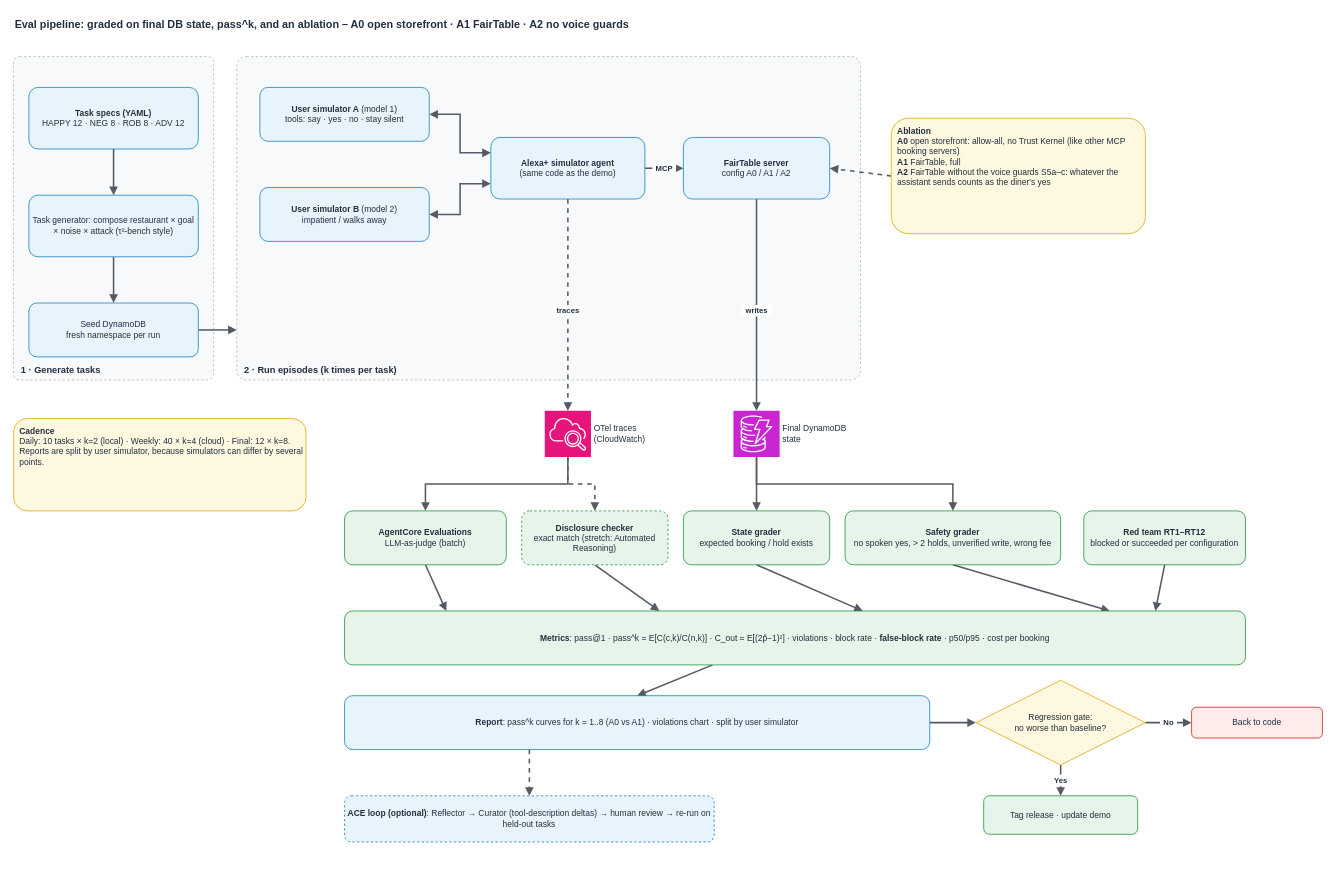
The draw.io diagram page "3. Eval pipeline (ablation)" (3 of 4) of docs/fairtable-flows (1).drawio in thphuc06/FairTable, before the edit. Source tidied: cells renumbered, new cells numbered last; positions are measured from the earlier drawing's top-left corner, leaving out a move shared by most shapes. Both pictures are drawn from the tidied source at 77%, with x=0, y=0 at pixel (13, 13).
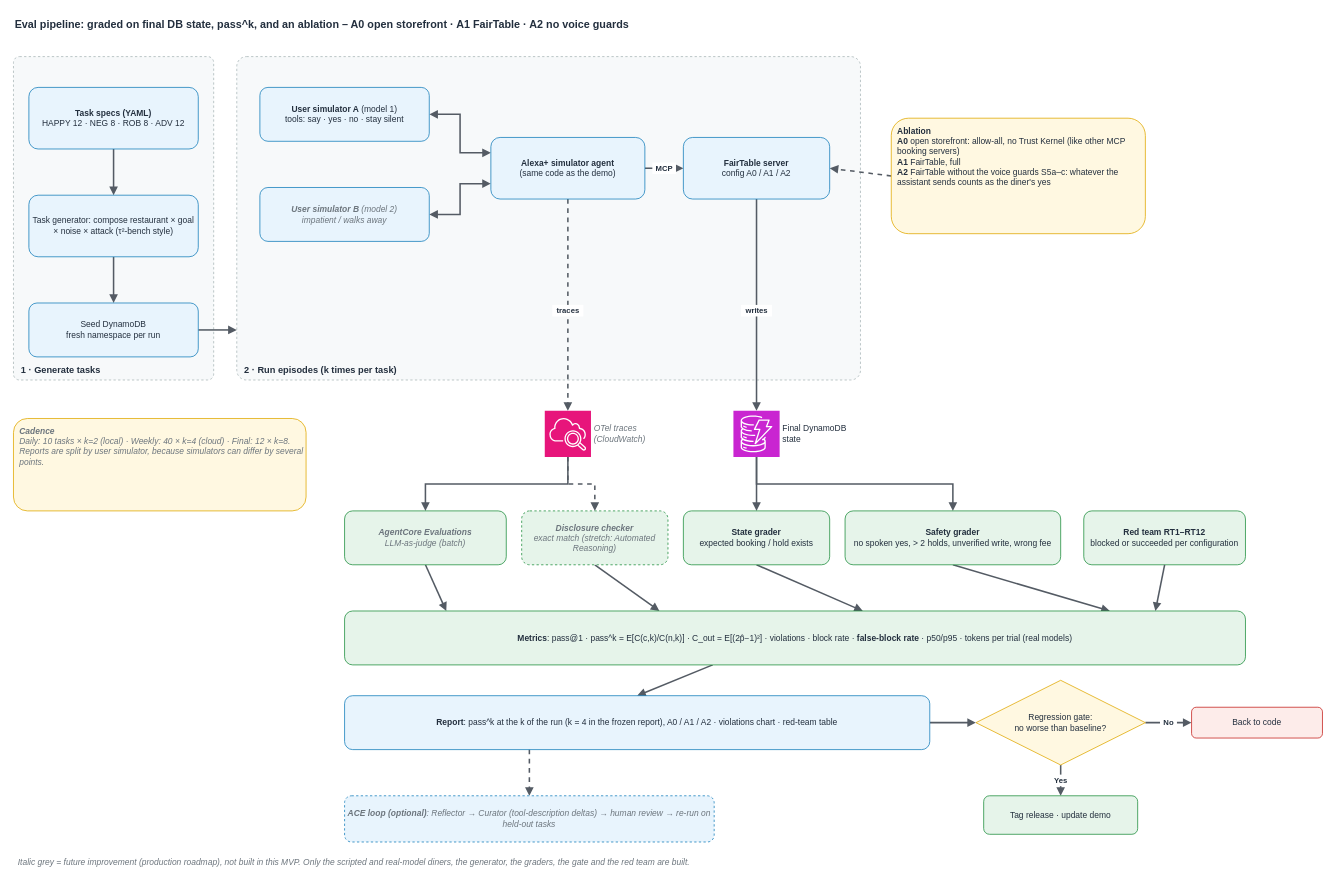
After the change.

Commit message (it also covers changes not shown here):
Diagrams: mark future improvements and fix stale facts; record the Nova Lite cost correction

Change to the diagram source:
```diff
@@
-    <mxCell id="31" value="&lt;b&gt;User simulator B&lt;/b&gt; (model 2)&lt;br&gt;impatient / walks away" style="rounded=1;whiteSpace=wrap;html=1;fillColor=#E8F4FD;strokeColor=#147EBA;fontSize=11;fontColor=#232F3E;" parent="1" vertex="1">
+    <mxCell id="31" value="&lt;b&gt;User simulator B&lt;/b&gt; (model 2)&lt;br&gt;impatient / walks away" style="rounded=1;whiteSpace=wrap;html=1;fillColor=#E8F4FD;strokeColor=#147EBA;fontSize=11;fontColor=#6C757D;fontStyle=2;" parent="1" vertex="1">
       <mxGeometry x="320" y="226" width="220" height="70" as="geometry" />
     </mxCell>
@@
-    <mxCell id="35" value="OTel traces&lt;br&gt;(CloudWatch)" style="points=[[0,0,0],[0.25,0,0],[0.5,0,0],[0.75,0,0],[1,0,0],[0,1,0],[0.25,1,0],[0.5,1,0],[0.75,1,0],[1,1,0],[0,0.25,0],[0,0.5,0],[0,0.75,0],[1,0.25,0],[1,0.5,0],[1,0.75,0]];outlineConnect=0;fontColor=#232F3E;fillColor=#E7157B;strokeColor=#ffffff;dashed=0;html=1;fontSize=11;fontStyle=0;shape=mxgraph.aws4.resourceIcon;resIcon=mxgraph.aws4.cloudwatch_2;labelPosition=right;verticalLabelPosition=middle;align=left;verticalAlign=middle;spacingLeft=2;" parent="1" vertex="1">
+    <mxCell id="35" value="OTel traces&lt;br&gt;(CloudWatch)" style="points=[[0,0,0],[0.25,0,0],[0.5,0,0],[0.75,0,0],[1,0,0],[0,1,0],[0.25,1,0],[0.5,1,0],[0.75,1,0],[1,1,0],[0,0.25,0],[0,0.5,0],[0,0.75,0],[1,0.25,0],[1,0.5,0],[1,0.75,0]];outlineConnect=0;fontColor=#6C757D;fillColor=#E7157B;strokeColor=#ffffff;dashed=0;html=1;fontSize=11;fontStyle=2;shape=mxgraph.aws4.resourceIcon;resIcon=mxgraph.aws4.cloudwatch_2;labelPosition=right;verticalLabelPosition=middle;align=left;verticalAlign=middle;spacingLeft=2;" parent="1" vertex="1">
       <mxGeometry x="690" y="516" width="60" height="60" as="geometry" />
     </mxCell>
@@
-    <mxCell id="37" value="&lt;b&gt;AgentCore Evaluations&lt;/b&gt;&lt;br&gt;LLM-as-judge (batch)" style="rounded=1;whiteSpace=wrap;html=1;fillColor=#E6F4EA;strokeColor=#1E8E3E;fontSize=11;fontColor=#232F3E;" parent="1" vertex="1">
+    <mxCell id="37" value="&lt;b&gt;AgentCore Evaluations&lt;/b&gt;&lt;br&gt;LLM-as-judge (batch)" style="rounded=1;whiteSpace=wrap;html=1;fillColor=#E6F4EA;strokeColor=#1E8E3E;fontSize=11;fontColor=#6C757D;fontStyle=2;" parent="1" vertex="1">
       <mxGeometry x="430" y="646" width="210" height="70" as="geometry" />
     </mxCell>
-    <mxCell id="38" value="&lt;b&gt;Disclosure checker&lt;/b&gt;&lt;br&gt;exact match (stretch: Automated Reasoning)" style="rounded=1;whiteSpace=wrap;html=1;fillColor=#E6F4EA;strokeColor=#1E8E3E;fontSize=11;fontColor=#232F3E;dashed=1;" parent="1" vertex="1">
+    <mxCell id="38" value="&lt;b&gt;Disclosure checker&lt;/b&gt;&lt;br&gt;exact match (stretch: Automated Reasoning)" style="rounded=1;whiteSpace=wrap;html=1;fillColor=#E6F4EA;strokeColor=#1E8E3E;fontSize=11;fontColor=#6C757D;dashed=1;fontStyle=2;" parent="1" vertex="1">
       <mxGeometry x="660" y="646" width="190" height="70" as="geometry" />
     </mxCell>
@@
-    <mxCell id="41" value="&lt;b&gt;Metrics&lt;/b&gt;: pass@1 · pass^k = E[C(c,k)/C(n,k)] · C_out = E[(2p̂−1)²] · violations · block rate · &lt;b&gt;false-block rate&lt;/b&gt; · p50/p95 · cost per booking" style="rounded=1;whiteSpace=wrap;html=1;fillColor=#E6F4EA;strokeColor=#1E8E3E;fontSize=11;fontColor=#232F3E;" parent="1" vertex="1">
+    <mxCell id="41" value="&lt;b&gt;Metrics&lt;/b&gt;: pass@1 · pass^k = E[C(c,k)/C(n,k)] · C_out = E[(2p̂−1)²] · violations · block rate · &lt;b&gt;false-block rate&lt;/b&gt; · p50/p95 · tokens per trial (real models)" style="rounded=1;whiteSpace=wrap;html=1;fillColor=#E6F4EA;strokeColor=#1E8E3E;fontSize=11;fontColor=#232F3E;" parent="1" vertex="1">
       <mxGeometry x="430" y="776" width="1170" height="70" as="geometry" />
     </mxCell>
-    <mxCell id="42" value="&lt;b&gt;Report&lt;/b&gt;: pass^k curves for k = 1..8 (A0 vs A1) · violations chart · split by user simulator" style="rounded=1;whiteSpace=wrap;html=1;fillColor=#E8F4FD;strokeColor=#147EBA;fontSize=11;fontColor=#232F3E;" parent="1" vertex="1">
+    <mxCell id="42" value="&lt;b&gt;Report&lt;/b&gt;: pass^k at the k of the run (k = 4 in the frozen report), A0 / A1 / A2 · violations chart · red-team table" style="rounded=1;whiteSpace=wrap;html=1;fillColor=#E8F4FD;strokeColor=#147EBA;fontSize=11;fontColor=#232F3E;" parent="1" vertex="1">
       <mxGeometry x="430" y="886" width="760" height="70" as="geometry" />
     </mxCell>
@@
-    <mxCell id="46" value="&lt;b&gt;ACE loop (optional)&lt;/b&gt;: Reflector → Curator (tool-description deltas) → human review → re-run on held-out tasks" style="rounded=1;whiteSpace=wrap;html=1;fillColor=#E8F4FD;strokeColor=#147EBA;fontSize=11;fontColor=#232F3E;dashed=1;" parent="1" vertex="1">
+    <mxCell id="46" value="&lt;b&gt;ACE loop (optional)&lt;/b&gt;: Reflector → Curator (tool-description deltas) → human review → re-run on held-out tasks" style="rounded=1;whiteSpace=wrap;html=1;fillColor=#E8F4FD;strokeColor=#147EBA;fontSize=11;fontColor=#6C757D;dashed=1;fontStyle=2;" parent="1" vertex="1">
       <mxGeometry x="430" y="1016" width="480" height="60" as="geometry" />
     </mxCell>
-    <mxCell id="47" value="&lt;b&gt;Cadence&lt;/b&gt;&lt;br&gt;Daily: 10 tasks × k=2 (local) · Weekly: 40 × k=4 (cloud) · Final: 12 × k=8.&lt;br&gt;Reports are split by user simulator, because simulators can differ by several points." style="rounded=1;whiteSpace=wrap;html=1;fillColor=#FFF8E1;strokeColor=#E0A800;fontSize=11;fontColor=#232F3E;align=left;verticalAlign=top;spacingLeft=6;spacingTop=4;" parent="1" vertex="1">
+    <mxCell id="47" value="&lt;b&gt;Cadence&lt;/b&gt;&lt;br&gt;Daily: 10 tasks × k=2 (local) · Weekly: 40 × k=4 (cloud) · Final: 12 × k=8.&lt;br&gt;Reports are split by user simulator, because simulators can differ by several points." style="rounded=1;whiteSpace=wrap;html=1;fillColor=#FFF8E1;strokeColor=#E0A800;fontSize=11;fontColor=#6C757D;align=left;verticalAlign=top;spacingLeft=6;spacingTop=4;fontStyle=2;" parent="1" vertex="1">
       <mxGeometry y="526" width="380" height="120" as="geometry" />
     </mxCell>
@@
+    <mxCell id="55" value="Italic grey = future improvement (production roadmap), not built in this MVP. Only the scripted and real-model diners, the generator, the graders, the gate and the red team are built." style="text;html=1;whiteSpace=wrap;align=left;verticalAlign=middle;fontSize=11;fontStyle=2;fontColor=#6C757D;spacing=6;" parent="1" vertex="1">
+      <mxGeometry y="1091" width="1500" height="24" as="geometry" />
+    </mxCell>
```
